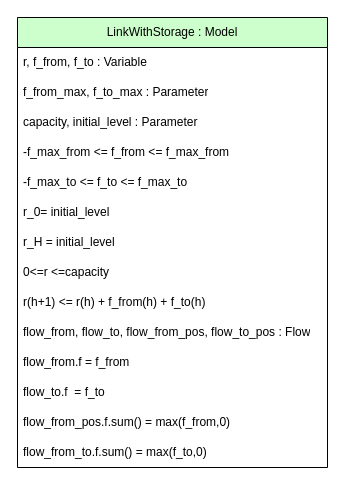
Before: models-design/model_library/link_with_storage.drawio in AntaresSimulatorTeam/andromede-modeling-prototype, a draw.io diagram. Source tidied: cells renumbered, new cells numbered last; positions are measured from the earlier drawing's top-left corner, leaving out a move shared by most shapes. Both pictures are drawn from the tidied source at 100%, with x=0, y=0 at pixel (17, 17).
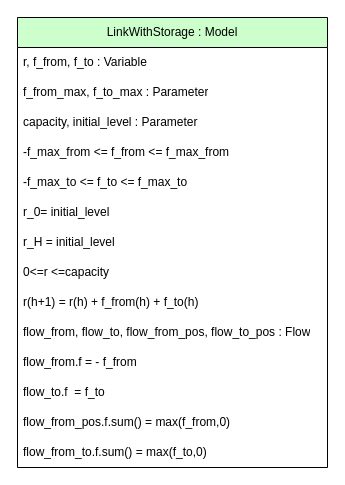
The same diagram, later.

The edit, as a diff of the source:
```diff
@@
 <mxGraphModel>
   <root>
     <mxCell id="0" />
     <mxCell id="1" parent="0" />
     <mxCell id="2" value="LinkWithStorage : Model" style="swimlane;fontStyle=0;horizontal=1;startSize=30;whiteSpace=wrap;html=1;fillColor=#CCFFCC;fontColor=#000000;" parent="1" vertex="1">
       <mxGeometry width="310" height="450" as="geometry" />
     </mxCell>
     <mxCell id="3" value="r, f_from, f_to : Variable" style="text;strokeColor=none;fillColor=none;align=left;verticalAlign=middle;spacingLeft=4;spacingRight=4;overflow=hidden;whiteSpace=wrap;html=1;" parent="2" vertex="1">
       <mxGeometry y="30" width="310" height="30" as="geometry" />
     </mxCell>
     <mxCell id="4" value="f_from_max, f_to_max : Parameter" style="text;strokeColor=none;fillColor=none;align=left;verticalAlign=middle;spacingLeft=4;spacingRight=4;overflow=hidden;whiteSpace=wrap;html=1;" parent="2" vertex="1">
       <mxGeometry y="60" width="310" height="30" as="geometry" />
     </mxCell>
     <mxCell id="5" value="capacity, initial_level : Parameter" style="text;strokeColor=none;fillColor=none;align=left;verticalAlign=middle;spacingLeft=4;spacingRight=4;overflow=hidden;whiteSpace=wrap;html=1;" parent="2" vertex="1">
       <mxGeometry y="90" width="310" height="30" as="geometry" />
     </mxCell>
     <mxCell id="6" value="-f_max_from &amp;lt;= f_from &amp;lt;= f_max_from" style="text;strokeColor=none;fillColor=none;align=left;verticalAlign=middle;spacingLeft=4;spacingRight=4;overflow=hidden;whiteSpace=wrap;html=1;" parent="2" vertex="1">
       <mxGeometry y="120" width="310" height="30" as="geometry" />
     </mxCell>
     <mxCell id="7" value="-f_max_to &amp;lt;= f_to &amp;lt;= f_max_to" style="text;strokeColor=none;fillColor=none;align=left;verticalAlign=middle;spacingLeft=4;spacingRight=4;overflow=hidden;whiteSpace=wrap;html=1;" parent="2" vertex="1">
       <mxGeometry y="150" width="310" height="30" as="geometry" />
     </mxCell>
     <mxCell id="8" value="r_0= initial_level" style="text;strokeColor=none;fillColor=none;align=left;verticalAlign=middle;spacingLeft=4;spacingRight=4;overflow=hidden;whiteSpace=wrap;html=1;" parent="2" vertex="1">
       <mxGeometry y="180" width="310" height="30" as="geometry" />
     </mxCell>
     <mxCell id="9" value="r_H = initial_level" style="text;strokeColor=none;fillColor=none;align=left;verticalAlign=middle;spacingLeft=4;spacingRight=4;overflow=hidden;whiteSpace=wrap;html=1;" parent="2" vertex="1">
       <mxGeometry y="210" width="310" height="30" as="geometry" />
     </mxCell>
     <mxCell id="10" value="0&amp;lt;=r &amp;lt;=capacity" style="text;strokeColor=none;fillColor=none;align=left;verticalAlign=middle;spacingLeft=4;spacingRight=4;overflow=hidden;whiteSpace=wrap;html=1;" parent="2" vertex="1">
       <mxGeometry y="240" width="310" height="30" as="geometry" />
     </mxCell>
-    <mxCell id="11" value="r(h+1) &amp;lt;= r(h) + f_from(h) + f_to(h)" style="text;strokeColor=none;fillColor=none;align=left;verticalAlign=middle;spacingLeft=4;spacingRight=4;overflow=hidden;whiteSpace=wrap;html=1;" parent="2" vertex="1">
+    <mxCell id="11" value="r(h+1) = r(h) + f_from(h) + f_to(h)" style="text;strokeColor=none;fillColor=none;align=left;verticalAlign=middle;spacingLeft=4;spacingRight=4;overflow=hidden;whiteSpace=wrap;html=1;" parent="2" vertex="1">
       <mxGeometry y="270" width="310" height="30" as="geometry" />
     </mxCell>
     <mxCell id="12" value="flow_from, flow_to, flow_from_pos, flow_to_pos : Flow" style="text;strokeColor=none;fillColor=none;align=left;verticalAlign=middle;spacingLeft=4;spacingRight=4;overflow=hidden;whiteSpace=wrap;html=1;" parent="2" vertex="1">
       <mxGeometry y="300" width="310" height="30" as="geometry" />
     </mxCell>
-    <mxCell id="13" value="flow_from.f = f_from" style="text;strokeColor=none;fillColor=none;align=left;verticalAlign=middle;spacingLeft=4;spacingRight=4;overflow=hidden;whiteSpace=wrap;html=1;" parent="2" vertex="1">
+    <mxCell id="13" value="flow_from.f = - f_from" style="text;strokeColor=none;fillColor=none;align=left;verticalAlign=middle;spacingLeft=4;spacingRight=4;overflow=hidden;whiteSpace=wrap;html=1;" parent="2" vertex="1">
       <mxGeometry y="330" width="310" height="30" as="geometry" />
     </mxCell>
     <mxCell id="14" value="flow_to.f&amp;nbsp; = f_to" style="text;strokeColor=none;fillColor=none;align=left;verticalAlign=middle;spacingLeft=4;spacingRight=4;overflow=hidden;whiteSpace=wrap;html=1;" parent="2" vertex="1">
       <mxGeometry y="360" width="310" height="30" as="geometry" />
     </mxCell>
     <mxCell id="15" value="flow_from_pos.f.sum() = max(f_from,0)" style="text;strokeColor=none;fillColor=none;align=left;verticalAlign=middle;spacingLeft=4;spacingRight=4;overflow=hidden;whiteSpace=wrap;html=1;" parent="2" vertex="1">
       <mxGeometry y="390" width="310" height="30" as="geometry" />
     </mxCell>
     <mxCell id="16" value="flow_from_to.f.sum() = max(f_to,0)" style="text;strokeColor=none;fillColor=none;align=left;verticalAlign=middle;spacingLeft=4;spacingRight=4;overflow=hidden;whiteSpace=wrap;html=1;" parent="2" vertex="1">
       <mxGeometry y="420" width="310" height="30" as="geometry" />
     </mxCell>
   </root>
 </mxGraphModel>
```
